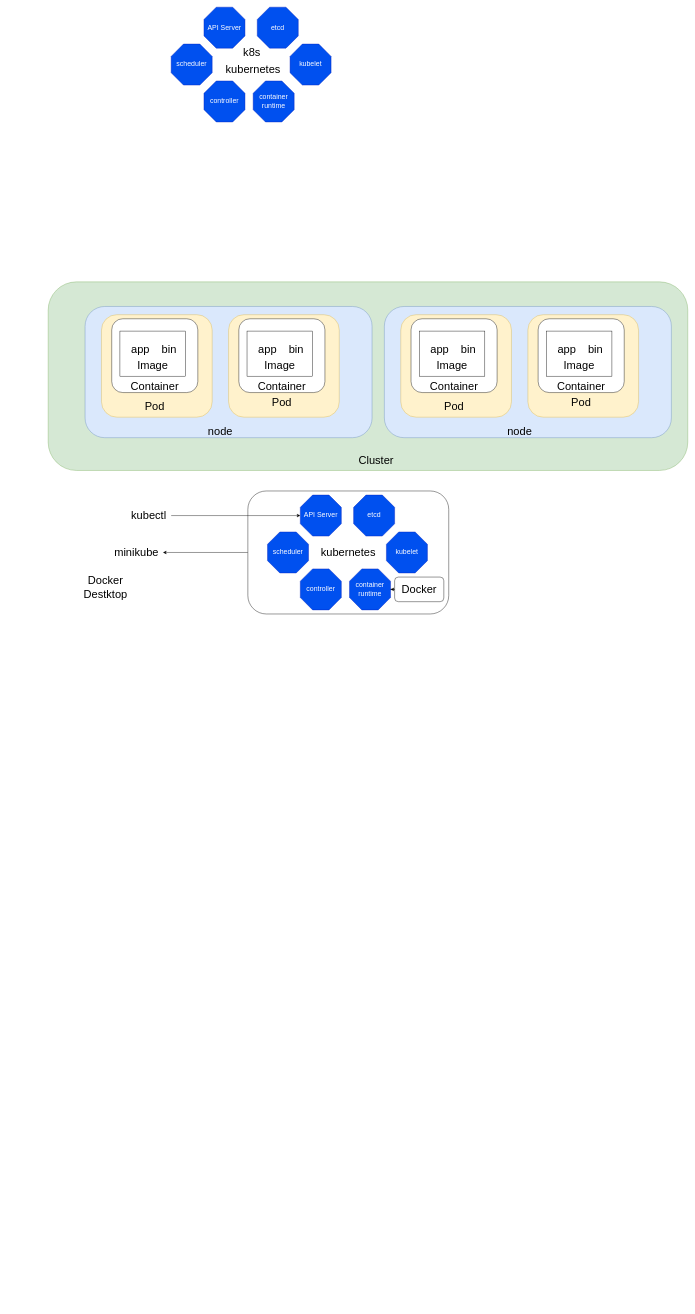
Earlier version of the draw.io diagram Documents/kubernetesArch.drawio (ibrahimediz/KubernetesEgitim_2706_0107). Source tidied: cells renumbered, new cells numbered last; positions are measured from the earlier drawing's top-left corner, leaving out a move shared by most shapes. Both pictures are drawn from the tidied source at 41%, with x=0, y=0 at pixel (48, 7). Pictures stored in the file or linked from it are replaced by grey dashed boxes.
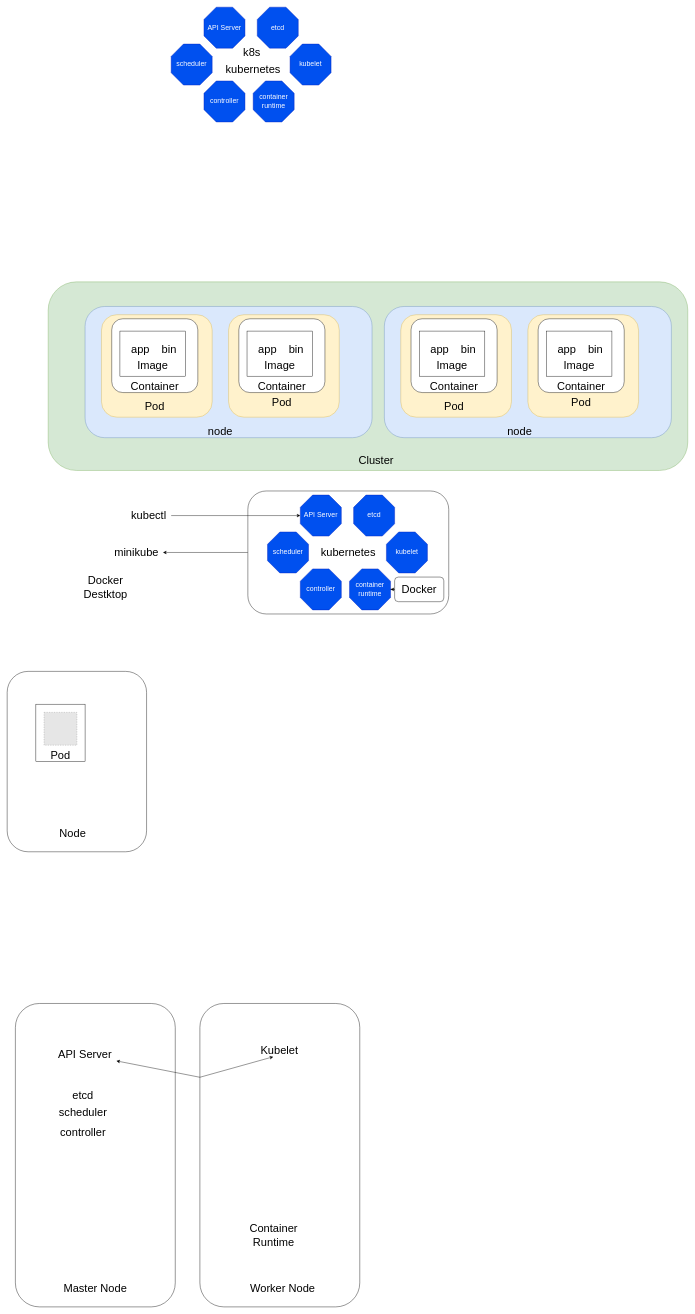
The same diagram, later.

The edit, as a diff of the source:
```diff
@@
+    <mxCell id="64" style="rounded=1;whiteSpace=wrap;html=1;fontSize=27;" parent="1" vertex="1">
+      <mxGeometry x="-100" y="1620" width="340" height="440" as="geometry" />
+    </mxCell>
+    <mxCell id="65" value="Node" style="text;html=1;strokeColor=none;fillColor=none;align=center;verticalAlign=middle;whiteSpace=wrap;rounded=0;fontSize=27;" parent="1" vertex="1">
+      <mxGeometry x="30" y="2000" width="60" height="30" as="geometry" />
+    </mxCell>
+    <mxCell id="66" style="rounded=0;whiteSpace=wrap;html=1;fontSize=27;" parent="1" vertex="1">
+      <mxGeometry x="-30" y="1700" width="120" height="140" as="geometry" />
+    </mxCell>
+    <mxCell id="67" style="fillColor=#E6E6E6;strokeColor=#999999;dashed=1;verticalLabelPosition=bottom;labelBackgroundColor=default;verticalAlign=top;" parent="1" vertex="1">
+      <mxGeometry x="-10" y="1720" width="80" height="80" as="geometry" />
+    </mxCell>
+    <mxCell id="68" value="Pod" style="text;html=1;strokeColor=none;fillColor=none;align=center;verticalAlign=middle;whiteSpace=wrap;rounded=0;fontSize=27;" parent="1" vertex="1">
+      <mxGeometry y="1810" width="60" height="30" as="geometry" />
+    </mxCell>
+    <mxCell id="69" style="rounded=1;whiteSpace=wrap;html=1;fontSize=27;" parent="1" vertex="1">
+      <mxGeometry x="-80" y="2430" width="390" height="740" as="geometry" />
+    </mxCell>
+    <mxCell id="70" value="Master Node" style="text;html=1;strokeColor=none;fillColor=none;align=center;verticalAlign=middle;whiteSpace=wrap;rounded=0;fontSize=27;" parent="1" vertex="1">
+      <mxGeometry x="10" y="3110" width="210" height="30" as="geometry" />
+    </mxCell>
+    <mxCell id="71" style="rounded=1;whiteSpace=wrap;html=1;fontSize=27;" parent="1" vertex="1">
+      <mxGeometry x="370" y="2430" width="390" height="740" as="geometry" />
+    </mxCell>
+    <mxCell id="72" value="Worker Node" style="text;html=1;strokeColor=none;fillColor=none;align=center;verticalAlign=middle;whiteSpace=wrap;rounded=0;fontSize=27;" parent="1" vertex="1">
+      <mxGeometry x="487" y="3110" width="170" height="30" as="geometry" />
+    </mxCell>
+    <mxCell id="73" value="Container Runtime" style="text;html=1;strokeColor=none;fillColor=none;align=center;verticalAlign=middle;whiteSpace=wrap;rounded=0;fontSize=27;" parent="1" vertex="1">
+      <mxGeometry x="520" y="2980" width="60" height="30" as="geometry" />
+    </mxCell>
+    <mxCell id="74" value="Kubelet" style="text;html=1;strokeColor=none;fillColor=none;align=center;verticalAlign=middle;whiteSpace=wrap;rounded=0;fontSize=27;" parent="1" vertex="1">
+      <mxGeometry x="534" y="2530" width="60" height="30" as="geometry" />
+    </mxCell>
+    <mxCell id="75" value="API Server" style="text;html=1;strokeColor=none;fillColor=none;align=center;verticalAlign=middle;whiteSpace=wrap;rounded=0;fontSize=27;" parent="1" vertex="1">
+      <mxGeometry x="-15" y="2540" width="210" height="30" as="geometry" />
+    </mxCell>
+    <mxCell id="76" value="etcd" style="text;html=1;strokeColor=none;fillColor=none;align=center;verticalAlign=middle;whiteSpace=wrap;rounded=0;fontSize=27;" parent="1" vertex="1">
+      <mxGeometry x="-20" y="2640" width="210" height="30" as="geometry" />
+    </mxCell>
+    <mxCell id="77" style="endArrow=classic;startArrow=classic;html=1;rounded=0;fontSize=27;entryX=0.25;entryY=1;entryDx=0;entryDy=0;" parent="1" edge="1" source="75" target="74">
+      <mxGeometry relative="1" as="geometry">
+        <Array as="points">
+          <mxPoint x="370" y="2610" />
+        </Array>
+      </mxGeometry>
+    </mxCell>
+    <mxCell id="78" value="scheduler" style="text;html=1;strokeColor=none;fillColor=none;align=center;verticalAlign=middle;whiteSpace=wrap;rounded=0;fontSize=27;" parent="1" vertex="1">
+      <mxGeometry x="-20" y="2680" width="210" height="30" as="geometry" />
+    </mxCell>
+    <mxCell id="79" value="controller" style="text;html=1;strokeColor=none;fillColor=none;align=center;verticalAlign=middle;whiteSpace=wrap;rounded=0;fontSize=27;" parent="1" vertex="1">
+      <mxGeometry x="-20" y="2730" width="210" height="30" as="geometry" />
+    </mxCell>
```
